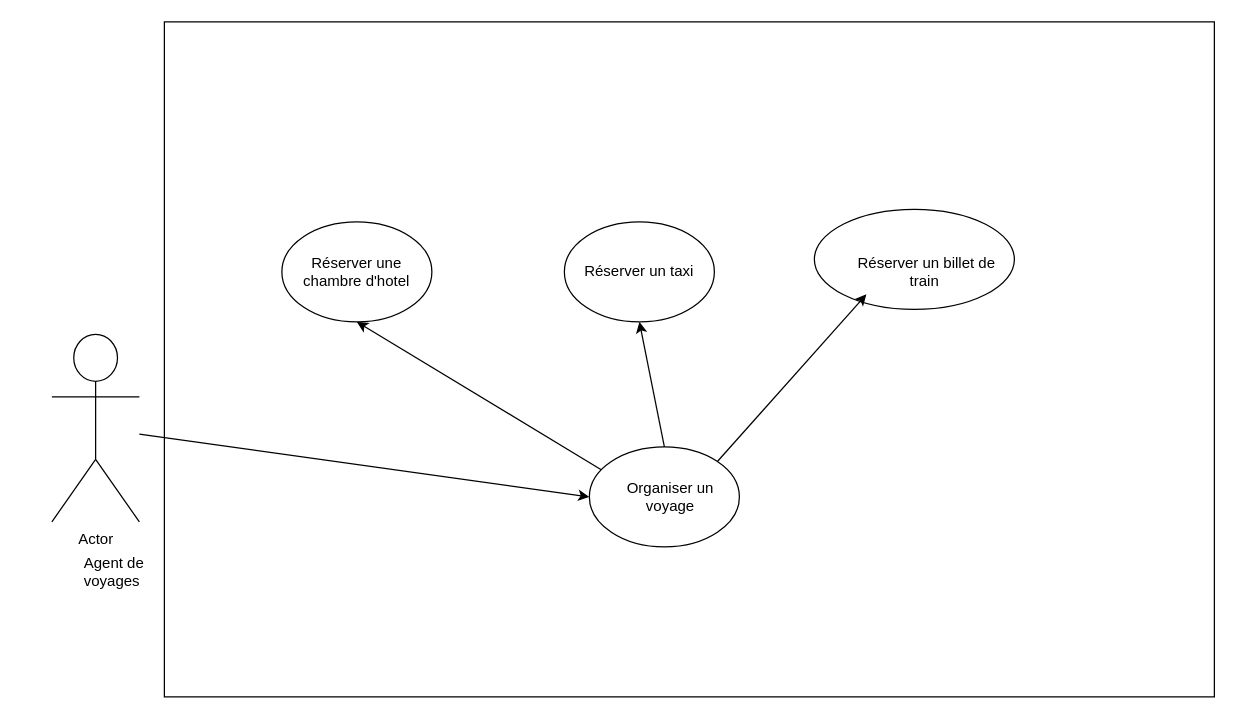
Before: Untitled Diagram.drawio in Taha-esselmouni/UML, a draw.io diagram. Source tidied: cells renumbered, new cells numbered last; positions are measured from the earlier drawing's top-left corner, leaving out a move shared by most shapes. Both pictures are drawn from the tidied source at 125%, with x=0, y=0 at pixel (51, 21).
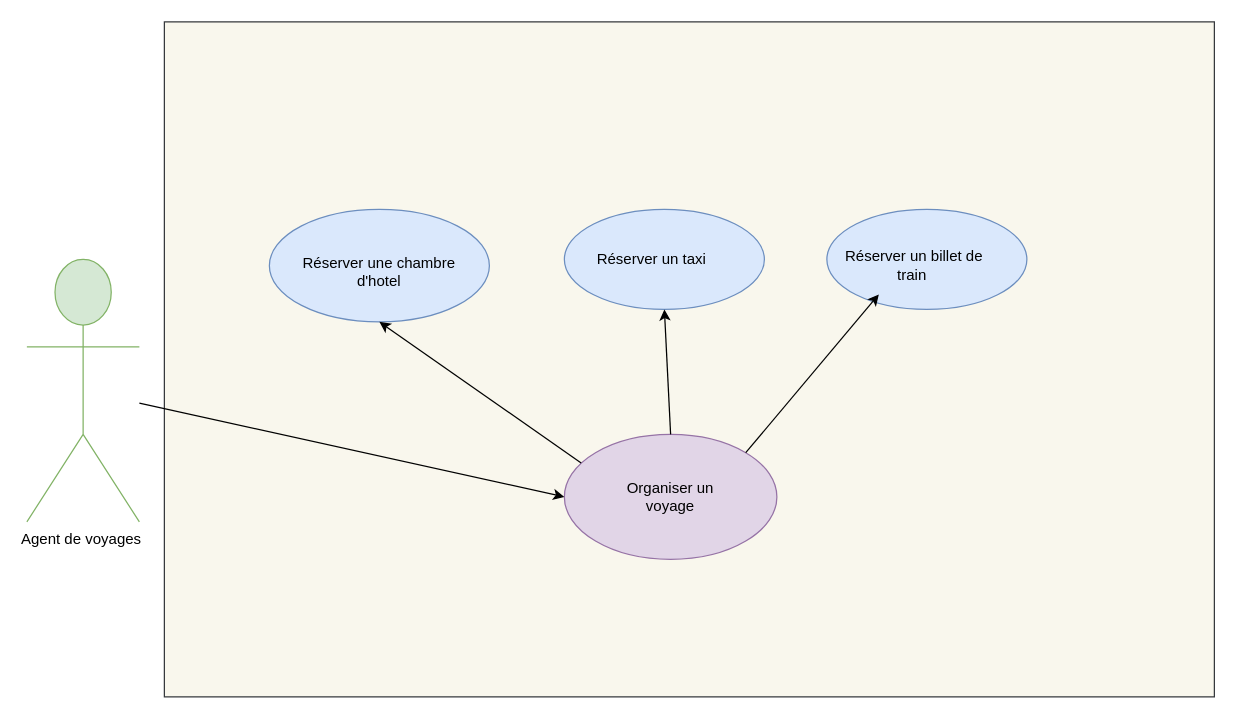
After the change.

Diff of the diagram source:
```diff
@@
 <mxGraphModel>
   <root>
     <mxCell id="0" />
     <mxCell id="1" parent="0" />
-    <mxCell id="2" style="rounded=0;whiteSpace=wrap;html=1;" parent="1" vertex="1">
+    <mxCell id="2" style="rounded=0;whiteSpace=wrap;html=1;fillColor=#f9f7ed;strokeColor=#36393d;" parent="1" vertex="1">
       <mxGeometry x="90" width="840" height="540" as="geometry" />
     </mxCell>
-    <mxCell id="3" value="Actor" style="shape=umlActor;verticalLabelPosition=bottom;verticalAlign=top;html=1;outlineConnect=0;" parent="1" vertex="1">
-      <mxGeometry y="250" width="70" height="150" as="geometry" />
+    <mxCell id="3" value="&lt;span&gt;Agent de voyages&amp;nbsp;&lt;/span&gt;" style="shape=umlActor;verticalLabelPosition=bottom;verticalAlign=top;html=1;outlineConnect=0;fillColor=#d5e8d4;strokeColor=#82b366;" parent="1" vertex="1">
+      <mxGeometry x="-20" y="190" width="90" height="210" as="geometry" />
     </mxCell>
-    <mxCell id="4" style="ellipse;whiteSpace=wrap;html=1;" parent="1" vertex="1">
-      <mxGeometry x="184" y="160" width="120" height="80" as="geometry" />
+    <mxCell id="4" style="ellipse;whiteSpace=wrap;html=1;fillColor=#dae8fc;strokeColor=#6c8ebf;" parent="1" vertex="1">
+      <mxGeometry x="174" y="150" width="176" height="90" as="geometry" />
     </mxCell>
-    <mxCell id="5" style="ellipse;whiteSpace=wrap;html=1;" parent="1" vertex="1">
-      <mxGeometry x="410" y="160" width="120" height="80" as="geometry" />
+    <mxCell id="5" style="ellipse;whiteSpace=wrap;html=1;fillColor=#dae8fc;strokeColor=#6c8ebf;" parent="1" vertex="1">
+      <mxGeometry x="410" y="150" width="160" height="80" as="geometry" />
     </mxCell>
-    <mxCell id="6" style="ellipse;whiteSpace=wrap;html=1;" parent="1" vertex="1">
-      <mxGeometry x="610" y="150" width="160" height="80" as="geometry" />
+    <mxCell id="6" style="ellipse;whiteSpace=wrap;html=1;fillColor=#dae8fc;strokeColor=#6c8ebf;" parent="1" vertex="1">
+      <mxGeometry x="620" y="150" width="160" height="80" as="geometry" />
     </mxCell>
-    <mxCell id="7" style="ellipse;whiteSpace=wrap;html=1;" parent="1" vertex="1">
-      <mxGeometry x="430" y="340" width="120" height="80" as="geometry" />
+    <mxCell id="7" style="ellipse;whiteSpace=wrap;html=1;fillColor=#e1d5e7;strokeColor=#9673a6;" parent="1" vertex="1">
+      <mxGeometry x="410" y="330" width="170" height="100" as="geometry" />
     </mxCell>
     <mxCell id="8" value="Réserver une chambre d'hotel" style="text;html=1;strokeColor=none;fillColor=none;align=center;verticalAlign=middle;whiteSpace=wrap;rounded=0;" parent="1" vertex="1">
-      <mxGeometry x="194" y="185" width="100" height="30" as="geometry" />
+      <mxGeometry x="194" y="185" width="136" height="30" as="geometry" />
     </mxCell>
     <mxCell id="9" value="Réserver un taxi" style="text;html=1;strokeColor=none;fillColor=none;align=center;verticalAlign=middle;whiteSpace=wrap;rounded=0;" parent="1" vertex="1">
-      <mxGeometry x="420" y="190" width="100" height="20" as="geometry" />
+      <mxGeometry x="430" y="180" width="100" height="20" as="geometry" />
     </mxCell>
     <mxCell id="10" value="Organiser un voyage" style="text;html=1;strokeColor=none;fillColor=none;align=center;verticalAlign=middle;whiteSpace=wrap;rounded=0;" parent="1" vertex="1">
       <mxGeometry x="450" y="370" width="90" height="20" as="geometry" />
     </mxCell>
     <mxCell id="11" value="Réserver un billet de train&amp;nbsp;" style="text;html=1;strokeColor=none;fillColor=none;align=center;verticalAlign=middle;whiteSpace=wrap;rounded=0;" parent="1" vertex="1">
-      <mxGeometry x="640" y="190" width="120" height="20" as="geometry" />
+      <mxGeometry x="630" y="185" width="120" height="20" as="geometry" />
     </mxCell>
-    <mxCell id="12" value="Agent de voyages&amp;nbsp;" style="text;html=1;strokeColor=none;fillColor=none;align=center;verticalAlign=middle;whiteSpace=wrap;rounded=0;" parent="1" vertex="1">
-      <mxGeometry y="420" width="100" height="40" as="geometry" />
-    </mxCell>
     <mxCell id="13" style="curved=1;endArrow=classic;html=1;entryX=0.5;entryY=1;entryDx=0;entryDy=0;exitX=0.079;exitY=0.229;exitDx=0;exitDy=0;exitPerimeter=0;" parent="1" edge="1" source="7" target="4">
       <mxGeometry relative="1" as="geometry" />
     </mxCell>
     <mxCell id="14" style="curved=1;endArrow=classic;html=1;entryX=0.5;entryY=1;entryDx=0;entryDy=0;exitX=0.5;exitY=0;exitDx=0;exitDy=0;" parent="1" edge="1" source="7" target="5">
       <mxGeometry relative="1" as="geometry" />
     </mxCell>
     <mxCell id="15" style="endArrow=classic;html=1;entryX=0;entryY=0.5;entryDx=0;entryDy=0;" parent="1" edge="1" source="3" target="7">
       <mxGeometry relative="1" as="geometry" />
     </mxCell>
     <mxCell id="16" style="endArrow=classic;html=1;entryX=0.26;entryY=0.85;entryDx=0;entryDy=0;entryPerimeter=0;exitX=1;exitY=0;exitDx=0;exitDy=0;" parent="1" edge="1" source="7" target="6">
       <mxGeometry relative="1" as="geometry" />
     </mxCell>
   </root>
 </mxGraphModel>
```
